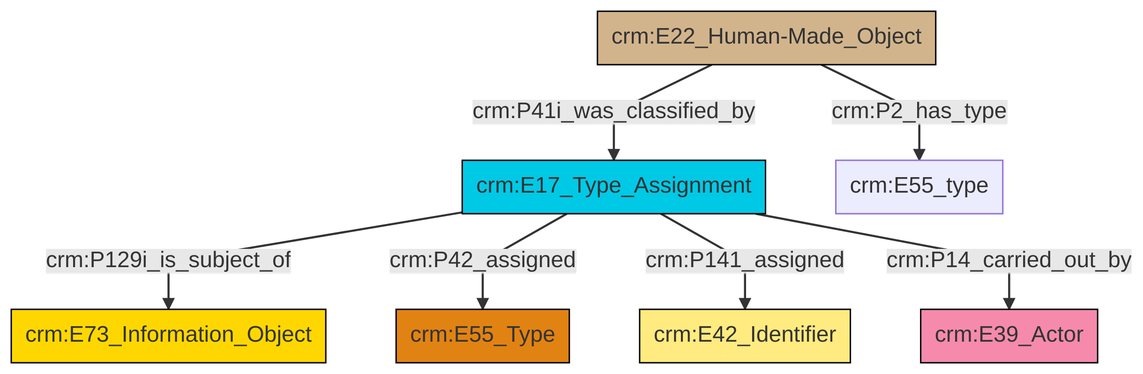
swiss-art-research-net/docs.swissartresearch keeps this Mermaid diagram as et/builtWorkCSV/ttl/mmd/png/Built_Work_designation_status.png. Above is the earlier version. Its source is kept beside it as et/builtWorkCSV/ttl/mmd/Built_Work_designation_status.ttl.mmd.
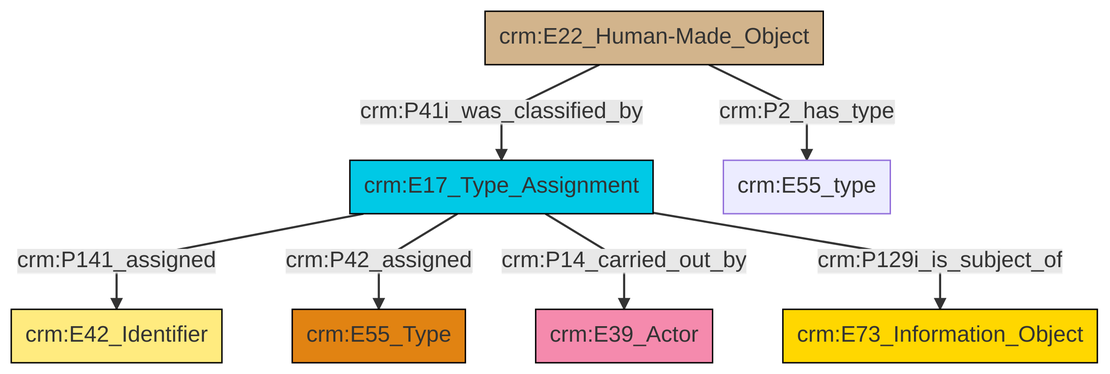
The same diagram one commit later.

Change to the diagram source:
```diff
@@ -13,9 +13,9 @@
 classDef PC_Classes fill:#4ce600, stroke:#000000;
 classDef Multi fill:#cccccc,stroke:#000000;
 
-2["crm:E17_Type_Assignment"]:::Temporal_Entity -->|crm:P129i_is_subject_of| 3["crm:E73_Information_Object"]:::Conceptual_Object
-2["crm:E17_Type_Assignment"]:::Temporal_Entity -->|crm:P42_assigned| 5["crm:E55_Type"]:::Type
-0["crm:E22_Human-Made_Object"]:::Physical_Thing -->|crm:P2_has_type| 6["crm:E55_type"]:::Default
-0["crm:E22_Human-Made_Object"]:::Physical_Thing -->|crm:P41i_was_classified_by| 2["crm:E17_Type_Assignment"]:::Temporal_Entity
-2["crm:E17_Type_Assignment"]:::Temporal_Entity -->|crm:P141_assigned| 10["crm:E42_Identifier"]:::Appellation
-2["crm:E17_Type_Assignment"]:::Temporal_Entity -->|crm:P14_carried_out_by| 11["crm:E39_Actor"]:::Actor
+2["crm:E17_Type_Assignment"]:::Temporal_Entity -->|crm:P141_assigned| 3["crm:E42_Identifier"]:::Appellation
+2["crm:E17_Type_Assignment"]:::Temporal_Entity -->|crm:P42_assigned| 0["crm:E55_Type"]:::Type
+5["crm:E22_Human-Made_Object"]:::Physical_Thing -->|crm:P41i_was_classified_by| 2["crm:E17_Type_Assignment"]:::Temporal_Entity
+2["crm:E17_Type_Assignment"]:::Temporal_Entity -->|crm:P14_carried_out_by| 9["crm:E39_Actor"]:::Actor
+5["crm:E22_Human-Made_Object"]:::Physical_Thing -->|crm:P2_has_type| 7["crm:E55_type"]:::Default
+2["crm:E17_Type_Assignment"]:::Temporal_Entity -->|crm:P129i_is_subject_of| 11["crm:E73_Information_Object"]:::Conceptual_Object
```
